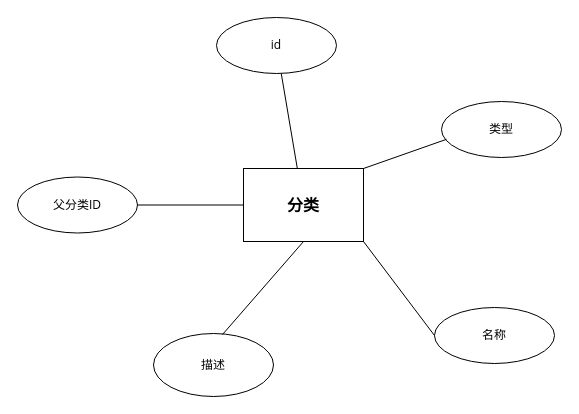
Above: 分类.drawio in Duktig-lab/draw (draw.io), before the change. Source tidied: cells renumbered, new cells numbered last; positions are measured from the earlier drawing's top-left corner, leaving out a move shared by most shapes. Both pictures are drawn from the tidied source at 100%, with x=0, y=0 at pixel (17, 17).
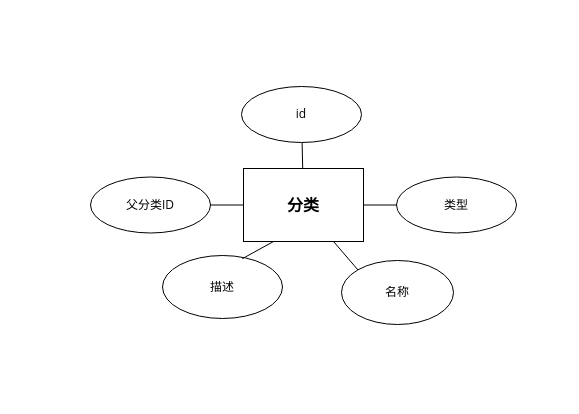
The same diagram, later.

What changed in the source:
```diff
@@
 <mxGraphModel background="light-dark(#FFFFFF,#FFFFFF)">
   <root>
     <mxCell id="0" />
     <mxCell id="1" parent="0" />
     <mxCell id="2" style="rounded=0;jettySize=auto;html=1;endArrow=none;endFill=0;" parent="1" edge="1" source="3" target="4">
       <mxGeometry relative="1" as="geometry" />
     </mxCell>
     <mxCell id="3" value="&lt;b&gt;&lt;span style=&quot;font-family: &amp;quot;Times New Roman&amp;quot;; font-size: 12pt;&quot;&gt;&lt;font face=&quot;宋体&quot;&gt;分类&lt;/font&gt;&lt;/span&gt;&lt;/b&gt;" style="rounded=0;whiteSpace=wrap;html=1;" parent="1" vertex="1">
       <mxGeometry x="226" y="151" width="120" height="73" as="geometry" />
     </mxCell>
     <mxCell id="4" value="&lt;span style=&quot;mso-spacerun:'yes';font-family:'Segoe UI';mso-fareast-font-family:宋体;&lt;br/&gt;font-size:12.0000pt;mso-font-kerning:1.0000pt;&quot;&gt;id&lt;/span&gt;" style="ellipse;whiteSpace=wrap;html=1;" parent="1" vertex="1">
-      <mxGeometry x="199" width="120" height="56" as="geometry" />
+      <mxGeometry x="224" y="69" width="120" height="56" as="geometry" />
     </mxCell>
     <mxCell id="5" value="&lt;span style=&quot;mso-spacerun:'yes';font-family:'Segoe UI';mso-fareast-font-family:宋体;&lt;br/&gt;font-size:12.0000pt;mso-font-kerning:1.0000pt;&quot;&gt;&lt;font face=&quot;宋体&quot;&gt;名称&lt;/font&gt;&lt;/span&gt;" style="ellipse;whiteSpace=wrap;html=1;" parent="1" vertex="1">
-      <mxGeometry x="417" y="290" width="120" height="56" as="geometry" />
+      <mxGeometry x="324" y="243" width="112" height="64" as="geometry" />
     </mxCell>
-    <mxCell id="6" value="&lt;span style=&quot;mso-spacerun:'yes';font-family:'Segoe UI';mso-fareast-font-family:宋体;&lt;br/&gt;font-size:12.0000pt;mso-font-kerning:1.0000pt;&quot;&gt;&lt;font face=&quot;宋体&quot;&gt;类型&lt;/font&gt;&lt;/span&gt;" style="ellipse;whiteSpace=wrap;html=1;" parent="1" vertex="1">
-      <mxGeometry x="424" y="84" width="120" height="56" as="geometry" />
+    <mxCell id="6" value="&lt;span style=&quot;mso-spacerun:'yes';font-family:'Segoe UI';mso-fareast-font-family:宋体;&lt;br/&gt;font-size:12.0000pt;mso-font-kerning:1.0000pt;&quot;&gt;&lt;font face=&quot;宋体&quot;&gt;类型&lt;/font&gt;&lt;/span&gt;" style="ellipse;whiteSpace=wrap;html=1;strokeColor=light-dark(#000000,#121212);" parent="1" vertex="1">
+      <mxGeometry x="379" y="159.5" width="120" height="56" as="geometry" />
     </mxCell>
     <mxCell id="7" value="&lt;span style=&quot;mso-spacerun:'yes';font-family:'Segoe UI';mso-fareast-font-family:宋体;&lt;br/&gt;font-size:12.0000pt;mso-font-kerning:1.0000pt;&quot;&gt;&lt;font face=&quot;宋体&quot;&gt;父分类&lt;/font&gt;ID&lt;/span&gt;" style="ellipse;whiteSpace=wrap;html=1;" parent="1" vertex="1">
-      <mxGeometry y="159.5" width="120" height="56" as="geometry" />
+      <mxGeometry x="73" y="159.5" width="120" height="56" as="geometry" />
     </mxCell>
     <mxCell id="8" value="&lt;span style=&quot;mso-spacerun:'yes';font-family:'Segoe UI';mso-fareast-font-family:宋体;&lt;br/&gt;font-size:12.0000pt;mso-font-kerning:1.0000pt;&quot;&gt;&lt;font face=&quot;宋体&quot;&gt;描述&lt;/font&gt;&lt;/span&gt;" style="ellipse;whiteSpace=wrap;html=1;" parent="1" vertex="1">
-      <mxGeometry x="136" y="316" width="120" height="63" as="geometry" />
+      <mxGeometry x="145" y="238" width="120" height="63" as="geometry" />
     </mxCell>
-    <mxCell id="9" style="rounded=0;jettySize=auto;html=1;endArrow=none;endFill=0;entryX=1;entryY=0;entryDx=0;entryDy=0;exitX=0.042;exitY=0.675;exitDx=0;exitDy=0;exitPerimeter=0;" parent="1" edge="1" source="6" target="3">
+    <mxCell id="9" style="rounded=0;jettySize=auto;html=1;endArrow=none;endFill=0;entryX=1;entryY=0.5;entryDx=0;entryDy=0;exitX=0;exitY=0.5;exitDx=0;exitDy=0;" parent="1" edge="1" source="6" target="3">
       <mxGeometry relative="1" as="geometry" />
     </mxCell>
-    <mxCell id="10" style="rounded=0;jettySize=auto;html=1;endArrow=none;endFill=0;exitX=0;exitY=0.5;exitDx=0;exitDy=0;entryX=1;entryY=1;entryDx=0;entryDy=0;" parent="1" edge="1" source="5" target="3">
+    <mxCell id="10" style="rounded=0;jettySize=auto;html=1;endArrow=none;endFill=0;exitX=0;exitY=0;exitDx=0;exitDy=0;entryX=0.75;entryY=1;entryDx=0;entryDy=0;" parent="1" edge="1" source="5" target="3">
       <mxGeometry relative="1" as="geometry" />
     </mxCell>
-    <mxCell id="11" style="rounded=0;jettySize=auto;html=1;endArrow=none;endFill=0;entryX=0.5;entryY=1;entryDx=0;entryDy=0;exitX=0.575;exitY=0.016;exitDx=0;exitDy=0;exitPerimeter=0;" parent="1" edge="1" source="8" target="3">
+    <mxCell id="11" style="rounded=0;jettySize=auto;html=1;endArrow=none;endFill=0;entryX=0.25;entryY=1;entryDx=0;entryDy=0;exitX=0.665;exitY=0.051;exitDx=0;exitDy=0;exitPerimeter=0;" parent="1" edge="1" source="8" target="3">
       <mxGeometry relative="1" as="geometry" />
     </mxCell>
     <mxCell id="12" style="rounded=0;jettySize=auto;html=1;endArrow=none;endFill=0;entryX=1;entryY=0.5;entryDx=0;entryDy=0;exitX=0;exitY=0.5;exitDx=0;exitDy=0;" parent="1" edge="1" source="3" target="7">
       <mxGeometry relative="1" as="geometry" />
     </mxCell>
   </root>
 </mxGraphModel>
```
